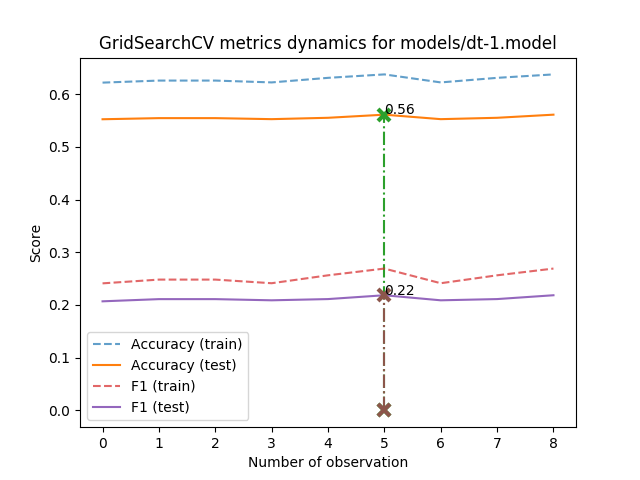
Before: models/dt-1.model_metrics.png, a diagram exported from Graphviz (AverHLV/diploma-computations). Its source is kept beside it as models/dt-1.model.dot.
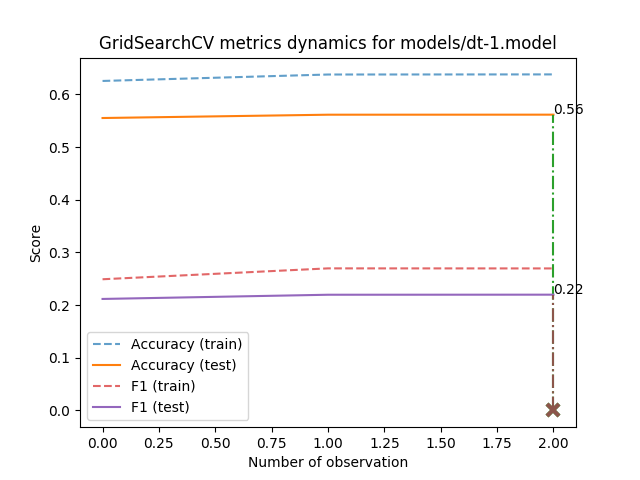
Above is the later version.

What changed in the source:
```diff
@@ -1,56 +1,56 @@
 digraph Tree {
 node [shape=box, style="filled", color="black"] ;
-0 [label="Topic <= 0.998\ngini = 0.558\nsamples = 12050\nvalue = [[27, 5134, 717, 4395, 1777]\n[316, 7351, 2409, 811, 1163]\n[146, 6545, 586, 4058, 715]\n...\n[18, 5637, 841, 3941, 1613]\n[8, 145, 64, 42, 11791]\n[14, 1998, 27, 7814, 2197]]", fillcolor="#fefcfa"] ;
-1 [label="ОБ <= -0.369\ngini = 0.542\nsamples = 9291\nvalue = [[22, 4596, 566, 2703, 1404]\n[262, 5814, 1750, 536, 929]\n[123, 5760, 485, 2257, 666]\n...\n[18, 4950, 444, 2516, 1363]\n[6, 126, 39, 34, 9086]\n[14, 1788, 17, 5886, 1586]]", fillcolor="#fdf5f0"] ;
+0 [label="Topic <= 0.998\ngini = 0.558\nsamples = 12050\nvalue = [[26, 5152, 704, 4397, 1771]\n[321, 7319, 2439, 815, 1156]\n[146, 6568, 597, 4042, 697]\n...\n[17, 5648, 834, 3945, 1606]\n[10, 142, 60, 44, 11794]\n[18, 2017, 26, 7697, 2292]]", fillcolor="#fefcfb"] ;
+1 [label="Екогрупа <= -2.261\ngini = 0.543\nsamples = 9249\nvalue = [[24, 4603, 549, 2687, 1386]\n[274, 5776, 1758, 538, 903]\n[125, 5767, 485, 2227, 645]\n...\n[17, 4954, 438, 2491, 1349]\n[8, 122, 37, 38, 9044]\n[17, 1807, 19, 5780, 1626]]", fillcolor="#fdf6f0"] ;
 0 -> 1 [labeldistance=2.5, labelangle=45, headlabel="True"] ;
-5 [label="Позафракційні <= -2.638\ngini = 0.531\nsamples = 2183\nvalue = [[7, 1227, 82, 456, 411]\n[33, 1474, 216, 145, 315]\n[24, 1335, 70, 480, 274]\n...\n[9, 1164, 82, 552, 376]\n[0, 18, 9, 0, 2156]\n[6, 335, 1, 1244, 597]]", fillcolor="#fcf0e8"] ;
+5 [label="gini = 0.493\nsamples = 479\nvalue = [[3, 113, 14, 229, 120]\n[0, 307, 70, 28, 74]\n[2, 148, 8, 274, 47]\n...\n[0, 116, 34, 200, 129]\n[0, 0, 0, 0, 479]\n[5, 18, 0, 35, 421]]", fillcolor="#f9e0cf"] ;
 1 -> 5 ;
-9 [label="gini = 0.339\nsamples = 144\nvalue = [[1, 2, 2, 86, 53]\n[0, 73, 27, 26, 18]\n[0, 11, 5, 93, 35]\n...\n[0, 4, 1, 74, 65]\n[0, 0, 0, 0, 144]\n[0, 0, 0, 28, 116]]", fillcolor="#eb9f67"] ;
-5 -> 9 ;
-10 [label="ВОБ <= -0.559\ngini = 0.518\nsamples = 2039\nvalue = [[6, 1225, 80, 370, 358]\n[33, 1401, 189, 119, 297]\n[24, 1324, 65, 387, 239]\n...\n[9, 1160, 81, 478, 311]\n[0, 18, 9, 0, 2012]\n[6, 335, 1, 1216, 481]]", fillcolor="#fbebdf"] ;
-5 -> 10 ;
-23 [label="gini = 0.531\nsamples = 497\nvalue = [[0, 245, 15, 130, 107]\n[4, 260, 39, 42, 152]\n[5, 263, 30, 148, 51]\n...\n[2, 244, 16, 181, 54]\n[0, 0, 0, 0, 497]\n[1, 90, 0, 290, 116]]", fillcolor="#fcf0e8"] ;
-10 -> 23 ;
-24 [label="gini = 0.497\nsamples = 1542\nvalue = [[6, 980, 65, 240, 251]\n[29, 1141, 150, 77, 145]\n[19, 1061, 35, 239, 188]\n...\n[7, 916, 65, 297, 257]\n[0, 18, 9, 0, 1515]\n[5, 245, 1, 926, 365]]", fillcolor="#f9e2d1"] ;
-10 -> 24 ;
-6 [label="Topic <= -1.596\ngini = 0.535\nsamples = 7108\nvalue = [[15, 3369, 484, 2247, 993]\n[229, 4340, 1534, 391, 614]\n[99, 4425, 415, 1777, 392]\n...\n[9, 3786, 362, 1964, 987]\n[6, 108, 30, 34, 6930]\n[8, 1453, 16, 4642, 989]]", fillcolor="#fcf2eb"] ;
+6 [label="ОБ <= -0.236\ngini = 0.537\nsamples = 8770\nvalue = [[21, 4490, 535, 2458, 1266]\n[274, 5469, 1688, 510, 829]\n[123, 5619, 477, 1953, 598]\n...\n[17, 4838, 404, 2291, 1220]\n[8, 122, 37, 38, 8565]\n[12, 1789, 19, 5745, 1205]]", fillcolor="#fdf3ec"] ;
 1 -> 6 ;
-7 [label="gini = 0.461\nsamples = 342\nvalue = [[3, 89, 66, 161, 23]\n[6, 255, 58, 8, 15]\n[0, 83, 68, 189, 2]\n...\n[1, 76, 86, 135, 44]\n[0, 26, 0, 16, 300]\n[0, 24, 0, 228, 90]]", fillcolor="#f6d2b9"] ;
+7 [label="НФ <= 0.032\ngini = 0.521\nsamples = 2152\nvalue = [[11, 1276, 100, 402, 363]\n[48, 1434, 247, 133, 290]\n[29, 1368, 76, 386, 293]\n...\n[9, 1222, 78, 512, 331]\n[1, 20, 7, 1, 2123]\n[6, 380, 0, 1382, 384]]", fillcolor="#fbece1"] ;
 6 -> 7 ;
-8 [label="НФ <= 0.392\ngini = 0.53\nsamples = 6766\nvalue = [[12, 3280, 418, 2086, 970]\n[223, 4085, 1476, 383, 599]\n[99, 4342, 347, 1588, 390]\n...\n[8, 3710, 276, 1829, 943]\n[6, 82, 30, 18, 6630]\n[8, 1429, 16, 4414, 899]]", fillcolor="#fcf0e8"] ;
+21 [label="Екогрупа <= -0.142\ngini = 0.51\nsamples = 886\nvalue = [[0, 515, 31, 204, 136]\n[15, 637, 65, 50, 119]\n[9, 535, 27, 158, 157]\n...\n[2, 512, 16, 280, 76]\n[0, 3, 0, 0, 883]\n[3, 107, 0, 655, 121]]", fillcolor="#fae7da"] ;
+7 -> 21 ;
+25 [label="gini = 0.43\nsamples = 333\nvalue = [[0, 257, 6, 33, 37]\n[1, 281, 23, 10, 18]\n[1, 284, 7, 33, 8]\n...\n[2, 236, 6, 50, 39]\n[0, 3, 0, 0, 330]\n[3, 13, 0, 234, 83]]", fillcolor="#f3c5a4"] ;
+21 -> 25 ;
+26 [label="gini = 0.517\nsamples = 553\nvalue = [[0, 258, 25, 171, 99]\n[14, 356, 42, 40, 101]\n[8, 251, 20, 125, 149]\n...\n[0, 276, 10, 230, 37]\n[0, 0, 0, 0, 553]\n[0, 94, 0, 421, 38]]", fillcolor="#fbeadf"] ;
+21 -> 26 ;
+22 [label="gini = 0.509\nsamples = 1266\nvalue = [[11, 761, 69, 198, 227]\n[33, 797, 182, 83, 171]\n[20, 833, 49, 228, 136]\n...\n[7, 710, 62, 232, 255]\n[1, 17, 7, 1, 1240]\n[3, 273, 0, 727, 263]]", fillcolor="#fae7d9"] ;
+7 -> 22 ;
+8 [label="Topic <= -1.587\ngini = 0.532\nsamples = 6618\nvalue = [[10, 3214, 435, 2056, 903]\n[226, 4035, 1441, 377, 539]\n[94, 4251, 401, 1567, 305]\n...\n[8, 3616, 326, 1779, 889]\n[7, 102, 30, 37, 6442]\n[6, 1409, 19, 4363, 821]]", fillcolor="#fcf1e9"] ;
 6 -> 8 ;
-13 [label="Екогрупа <= -1.626\ngini = 0.519\nsamples = 4113\nvalue = [[4, 1873, 202, 1396, 638]\n[111, 2616, 907, 211, 268]\n[45, 2584, 193, 1012, 279]\n...\n[6, 2334, 175, 1226, 372]\n[2, 23, 12, 11, 4065]\n[4, 926, 8, 2710, 465]]", fillcolor="#fbebe0"] ;
-8 -> 13 ;
-15 [label="gini = 0.461\nsamples = 188\nvalue = [[0, 48, 12, 94, 34]\n[3, 110, 32, 3, 40]\n[0, 56, 5, 127, 0]\n...\n[0, 66, 13, 81, 28]\n[0, 2, 0, 0, 186]\n[0, 12, 0, 35, 141]]", fillcolor="#f6d3b9"] ;
-13 -> 15 ;
-16 [label="gini = 0.514\nsamples = 3925\nvalue = [[4, 1825, 190, 1302, 604]\n[108, 2506, 875, 208, 228]\n[45, 2528, 188, 885, 279]\n...\n[6, 2268, 162, 1145, 344]\n[2, 21, 12, 11, 3879]\n[4, 914, 8, 2675, 324]]", fillcolor="#fae9dd"] ;
-13 -> 16 ;
-14 [label="gini = 0.533\nsamples = 2653\nvalue = [[8, 1407, 216, 690, 332]\n[112, 1469, 569, 172, 331]\n[54, 1758, 154, 576, 111]\n...\n[2, 1376, 101, 603, 571]\n[4, 59, 18, 7, 2565]\n[4, 503, 8, 1704, 434]]", fillcolor="#fcf1e9"] ;
-8 -> 14 ;
-2 [label="НФ <= -0.149\ngini = 0.526\nsamples = 2759\nvalue = [[5, 538, 151, 1692, 373]\n[54, 1537, 659, 275, 234]\n[23, 785, 101, 1801, 49]\n...\n[0, 687, 397, 1425, 250]\n[2, 19, 25, 8, 2705]\n[0, 210, 10, 1928, 611]]", fillcolor="#fceee4"] ;
+9 [label="gini = 0.467\nsamples = 316\nvalue = [[2, 87, 55, 149, 23]\n[6, 231, 63, 6, 10]\n[0, 81, 62, 172, 1]\n...\n[0, 77, 81, 118, 40]\n[0, 19, 1, 17, 279]\n[0, 23, 0, 218, 75]]", fillcolor="#f6d5bd"] ;
+8 -> 9 ;
+10 [label="НФ <= 0.573\ngini = 0.526\nsamples = 6302\nvalue = [[8, 3127, 380, 1907, 880]\n[220, 3804, 1378, 371, 529]\n[94, 4170, 339, 1395, 304]\n...\n[8, 3539, 245, 1661, 849]\n[7, 83, 29, 20, 6163]\n[6, 1386, 19, 4145, 746]]", fillcolor="#fceee5"] ;
+8 -> 10 ;
+13 [label="gini = 0.517\nsamples = 4260\nvalue = [[3, 1997, 217, 1407, 636]\n[118, 2700, 961, 228, 253]\n[47, 2798, 215, 968, 232]\n...\n[7, 2500, 171, 1203, 379]\n[4, 30, 16, 10, 4200]\n[4, 975, 13, 2845, 423]]", fillcolor="#fbebdf"] ;
+10 -> 13 ;
+14 [label="gini = 0.53\nsamples = 2042\nvalue = [[5, 1130, 163, 500, 244]\n[102, 1104, 417, 143, 276]\n[47, 1372, 124, 427, 72]\n...\n[1, 1039, 74, 458, 470]\n[3, 53, 13, 10, 1963]\n[2, 411, 6, 1300, 323]]", fillcolor="#fcf0e7"] ;
+10 -> 14 ;
+2 [label="НФ <= -0.149\ngini = 0.526\nsamples = 2801\nvalue = [[2, 549, 155, 1710, 385]\n[47, 1543, 681, 277, 253]\n[21, 801, 112, 1815, 52]\n...\n[0, 694, 396, 1454, 257]\n[2, 20, 23, 6, 2750]\n[1, 210, 7, 1917, 666]]", fillcolor="#fceee5"] ;
 0 -> 2 [labeldistance=2.5, labelangle=-45, headlabel="False"] ;
-3 [label="Topic <= 1.016\ngini = 0.46\nsamples = 1841\nvalue = [[1, 154, 64, 1389, 233]\n[23, 978, 455, 230, 155]\n[2, 319, 48, 1451, 21]\n...\n[0, 327, 238, 1180, 96]\n[0, 3, 2, 1, 1835]\n[0, 62, 2, 1355, 422]]", fillcolor="#f6d2b8"] ;
+3 [label="Topic <= 1.016\ngini = 0.46\nsamples = 1882\nvalue = [[1, 151, 67, 1418, 245]\n[19, 998, 468, 224, 173]\n[1, 324, 50, 1482, 25]\n...\n[0, 330, 236, 1223, 93]\n[0, 2, 2, 0, 1878]\n[1, 59, 2, 1356, 464]]", fillcolor="#f6d2b8"] ;
 2 -> 3 ;
-11 [label="Екогрупа <= -0.566\ngini = 0.352\nsamples = 559\nvalue = [[0, 2, 27, 483, 47]\n[6, 385, 11, 102, 55]\n[0, 42, 11, 506, 0]\n...\n[0, 42, 138, 336, 43]\n[0, 0, 0, 0, 559]\n[0, 1, 0, 419, 139]]", fillcolor="#eca470"] ;
+11 [label="Екогрупа <= -0.566\ngini = 0.35\nsamples = 572\nvalue = [[0, 1, 29, 495, 47]\n[4, 400, 11, 103, 54]\n[0, 45, 11, 516, 0]\n...\n[0, 42, 144, 346, 40]\n[0, 0, 0, 0, 572]\n[0, 0, 0, 416, 156]]", fillcolor="#eca36e"] ;
 3 -> 11 ;
-25 [label="gini = 0.27\nsamples = 183\nvalue = [[0, 0, 24, 158, 1]\n[2, 94, 1, 54, 32]\n[0, 0, 3, 180, 0]\n...\n[0, 6, 11, 124, 42]\n[0, 0, 0, 0, 183]\n[0, 0, 0, 45, 138]]", fillcolor="#e58139"] ;
-11 -> 25 ;
-26 [label="gini = 0.328\nsamples = 376\nvalue = [[0, 2, 3, 325, 46]\n[4, 291, 10, 48, 23]\n[0, 42, 8, 326, 0]\n...\n[0, 36, 127, 212, 1]\n[0, 0, 0, 0, 376]\n[0, 1, 0, 374, 1]]", fillcolor="#ea9a60"] ;
-11 -> 26 ;
-12 [label="Topic <= 1.421\ngini = 0.467\nsamples = 1282\nvalue = [[1, 152, 37, 906, 186]\n[17, 593, 444, 128, 100]\n[2, 277, 37, 945, 21]\n...\n[0, 285, 100, 844, 53]\n[0, 3, 2, 1, 1276]\n[0, 61, 2, 936, 283]]", fillcolor="#f6d5bd"] ;
+23 [label="gini = 0.271\nsamples = 197\nvalue = [[0, 1, 26, 169, 1]\n[2, 106, 1, 52, 36]\n[0, 0, 3, 194, 0]\n...\n[0, 8, 11, 138, 40]\n[0, 0, 0, 0, 197]\n[0, 0, 0, 43, 154]]", fillcolor="#e58139"] ;
+11 -> 23 ;
+24 [label="gini = 0.325\nsamples = 375\nvalue = [[0, 0, 3, 326, 46]\n[2, 294, 10, 51, 18]\n[0, 45, 8, 322, 0]\n...\n[0, 34, 133, 208, 0]\n[0, 0, 0, 0, 375]\n[0, 0, 0, 373, 2]]", fillcolor="#ea985d"] ;
+11 -> 24 ;
+12 [label="Topic <= 1.421\ngini = 0.468\nsamples = 1310\nvalue = [[1, 150, 38, 923, 198]\n[15, 598, 457, 121, 119]\n[1, 279, 39, 966, 25]\n...\n[0, 288, 92, 877, 53]\n[0, 2, 2, 0, 1306]\n[1, 59, 2, 940, 308]]", fillcolor="#f6d5be"] ;
 3 -> 12 ;
-17 [label="gini = 0.53\nsamples = 213\nvalue = [[0, 85, 9, 72, 47]\n[6, 127, 41, 6, 33]\n[1, 126, 6, 67, 13]\n...\n[0, 100, 11, 81, 21]\n[0, 2, 2, 0, 209]\n[0, 36, 0, 117, 60]]", fillcolor="#fcf0e7"] ;
-12 -> 17 ;
-18 [label="Topic <= 1.439\ngini = 0.425\nsamples = 1069\nvalue = [[1, 67, 28, 834, 139]\n[11, 466, 403, 122, 67]\n[1, 151, 31, 878, 8]\n...\n[0, 185, 89, 763, 32]\n[0, 1, 0, 1, 1067]\n[0, 25, 2, 819, 223]]", fillcolor="#f3c3a1"] ;
-12 -> 18 ;
-21 [label="gini = 0.333\nsamples = 448\nvalue = [[0, 15, 0, 368, 65]\n[6, 92, 234, 91, 25]\n[0, 32, 0, 416, 0]\n...\n[0, 45, 27, 362, 14]\n[0, 0, 0, 0, 448]\n[0, 1, 0, 382, 65]]", fillcolor="#eb9c63"] ;
-18 -> 21 ;
-22 [label="gini = 0.443\nsamples = 621\nvalue = [[1, 52, 28, 466, 74]\n[5, 374, 169, 31, 42]\n[1, 119, 31, 462, 8]\n...\n[0, 140, 62, 401, 18]\n[0, 1, 0, 1, 619]\n[0, 24, 2, 437, 158]]", fillcolor="#f4cbad"] ;
-18 -> 22 ;
-4 [label="Topic <= 1.016\ngini = 0.565\nsamples = 918\nvalue = [[4, 384, 87, 303, 140]\n[31, 559, 204, 45, 79]\n[21, 466, 53, 350, 28]\n...\n[0, 360, 159, 245, 154]\n[2, 16, 23, 7, 870]\n[0, 148, 8, 573, 189]]", fillcolor="#ffffff"] ;
+15 [label="gini = 0.534\nsamples = 217\nvalue = [[0, 85, 11, 77, 44]\n[4, 134, 38, 7, 34]\n[0, 124, 6, 71, 16]\n...\n[0, 102, 8, 86, 21]\n[0, 1, 2, 0, 214]\n[1, 35, 0, 121, 60]]", fillcolor="#fcf2ea"] ;
+12 -> 15 ;
+16 [label="Topic <= 1.439\ngini = 0.426\nsamples = 1093\nvalue = [[1, 65, 27, 846, 154]\n[11, 464, 419, 114, 85]\n[1, 155, 33, 895, 9]\n...\n[0, 186, 84, 791, 32]\n[0, 1, 0, 0, 1092]\n[0, 24, 2, 819, 248]]", fillcolor="#f3c4a2"] ;
+12 -> 16 ;
+17 [label="gini = 0.33\nsamples = 445\nvalue = [[0, 15, 0, 363, 67]\n[7, 88, 234, 86, 30]\n[0, 29, 0, 416, 0]\n...\n[0, 47, 23, 365, 10]\n[0, 0, 0, 0, 445]\n[0, 1, 0, 381, 63]]", fillcolor="#ea9a61"] ;
+16 -> 17 ;
+18 [label="gini = 0.444\nsamples = 648\nvalue = [[1, 50, 27, 483, 87]\n[4, 376, 185, 28, 55]\n[1, 126, 33, 479, 9]\n...\n[0, 139, 61, 426, 22]\n[0, 1, 0, 0, 647]\n[0, 23, 2, 438, 185]]", fillcolor="#f4cbae"] ;
+16 -> 18 ;
+4 [label="Topic <= 1.016\ngini = 0.565\nsamples = 919\nvalue = [[1, 398, 88, 292, 140]\n[28, 545, 213, 53, 80]\n[20, 477, 62, 333, 27]\n...\n[0, 364, 160, 231, 164]\n[2, 18, 21, 6, 872]\n[0, 151, 5, 561, 202]]", fillcolor="#ffffff"] ;
 2 -> 4 ;
-19 [label="gini = 0.275\nsamples = 98\nvalue = [[0, 20, 24, 51, 3]\n[1, 77, 2, 6, 12]\n[0, 5, 0, 93, 0]\n...\n[0, 7, 70, 21, 0]\n[0, 0, 0, 0, 98]\n[0, 0, 0, 33, 65]]", fillcolor="#e5833c"] ;
+19 [label="gini = 0.282\nsamples = 93\nvalue = [[0, 26, 21, 43, 3]\n[0, 71, 1, 7, 14]\n[0, 2, 0, 91, 0]\n...\n[0, 7, 66, 20, 0]\n[0, 0, 0, 0, 93]\n[0, 0, 0, 31, 62]]", fillcolor="#e68640"] ;
 4 -> 19 ;
-20 [label="gini = 0.561\nsamples = 820\nvalue = [[4, 364, 63, 252, 137]\n[30, 482, 202, 39, 67]\n[21, 461, 53, 257, 28]\n...\n[0, 353, 89, 224, 154]\n[2, 16, 23, 7, 772]\n[0, 148, 8, 540, 124]]", fillcolor="#fffdfc"] ;
+20 [label="gini = 0.56\nsamples = 826\nvalue = [[1, 372, 67, 249, 137]\n[28, 474, 212, 46, 66]\n[20, 475, 62, 242, 27]\n...\n[0, 357, 94, 211, 164]\n[2, 18, 21, 6, 779]\n[0, 151, 5, 530, 140]]", fillcolor="#fffdfc"] ;
 4 -> 20 ;
 }
```
